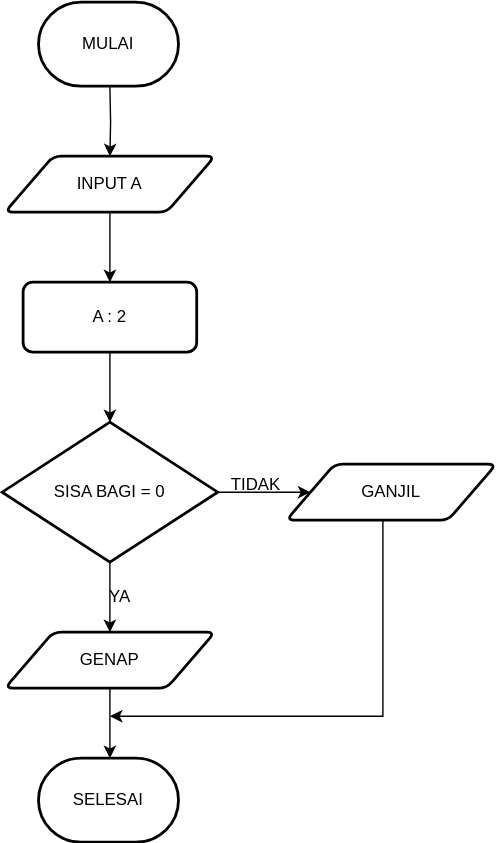
Above: Diagram Bilangan Ganjil dan Genap.drawio.svg in AzhariZulfi/Algo-C-23241098 (draw.io), before the change. Source tidied: cells renumbered, new cells last; positions are measured from the earlier drawing's top-left corner, leaving out a move shared by most shapes.
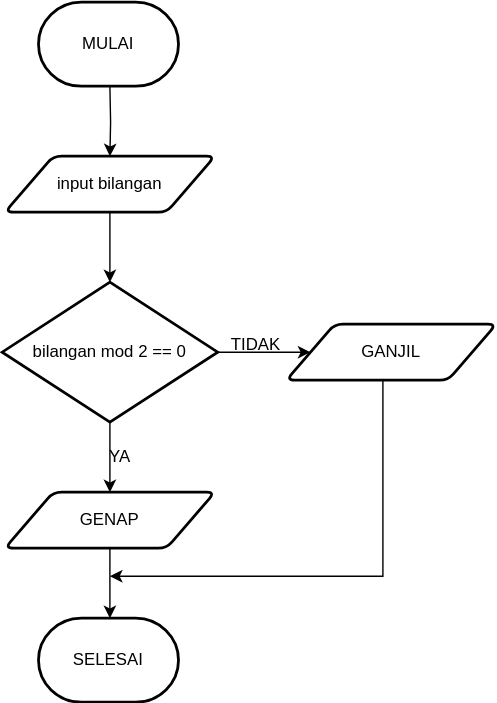
After the change.

The edit, as a diff of the source:
```diff
@@ -4,28 +4,24 @@
     <mxCell id="1" parent="0" />
     <mxCell id="2" style="edgeStyle=orthogonalEdgeStyle;rounded=0;jettySize=auto;html=1;" parent="1" edge="1" target="4">
       <mxGeometry relative="1" as="geometry">
-        <mxPoint x="77" y="60" as="sourcePoint" />
+        <mxPoint x="77" y="160" as="sourcePoint" />
       </mxGeometry>
     </mxCell>
-    <mxCell id="3" style="edgeStyle=orthogonalEdgeStyle;rounded=0;jettySize=auto;html=1;" parent="1" edge="1" source="4" target="6">
-      <mxGeometry relative="1" as="geometry" />
+    <mxCell id="3" style="edgeStyle=orthogonalEdgeStyle;rounded=0;jettySize=auto;html=1;" parent="1" edge="1" source="4">
+      <mxGeometry relative="1" as="geometry">
+        <mxPoint x="77" y="300" as="targetPoint" />
+      </mxGeometry>
     </mxCell>
-    <mxCell id="4" value="INPUT A" style="shape=parallelogram;html=1;strokeWidth=2;perimeter=parallelogramPerimeter;whiteSpace=wrap;rounded=1;arcSize=12;size=0.23;" parent="1" vertex="1">
-      <mxGeometry x="2" y="110" width="150" height="40" as="geometry" />
+    <mxCell id="4" value="input bilangan" style="shape=parallelogram;html=1;strokeWidth=2;perimeter=parallelogramPerimeter;whiteSpace=wrap;rounded=1;arcSize=12;size=0.23;" parent="1" vertex="1">
+      <mxGeometry x="2" y="210" width="150" height="40" as="geometry" />
     </mxCell>
-    <mxCell id="5" style="edgeStyle=orthogonalEdgeStyle;rounded=0;jettySize=auto;html=1;" parent="1" edge="1" source="6" target="9">
-      <mxGeometry relative="1" as="geometry" />
-    </mxCell>
-    <mxCell id="6" value="A : 2" style="rounded=1;whiteSpace=wrap;html=1;absoluteArcSize=1;arcSize=14;strokeWidth=2;" parent="1" vertex="1">
-      <mxGeometry x="15" y="200" width="124" height="50" as="geometry" />
-    </mxCell>
     <mxCell id="7" style="edgeStyle=orthogonalEdgeStyle;rounded=0;jettySize=auto;html=1;" parent="1" edge="1" source="9" target="13">
       <mxGeometry relative="1" as="geometry" />
     </mxCell>
     <mxCell id="8" style="edgeStyle=orthogonalEdgeStyle;rounded=0;jettySize=auto;html=1;" parent="1" edge="1" source="9" target="11">
       <mxGeometry relative="1" as="geometry" />
     </mxCell>
-    <mxCell id="9" value="SISA BAGI = 0" style="strokeWidth=2;html=1;shape=mxgraph.flowchart.decision;whiteSpace=wrap;" parent="1" vertex="1">
+    <mxCell id="9" value="bilangan mod 2 == 0" style="strokeWidth=2;html=1;shape=mxgraph.flowchart.decision;whiteSpace=wrap;" parent="1" vertex="1">
       <mxGeometry y="300" width="154" height="100" as="geometry" />
     </mxCell>
     <mxCell id="10" style="edgeStyle=orthogonalEdgeStyle;rounded=0;jettySize=auto;html=1;" parent="1" edge="1" source="11">
@@ -55,7 +51,7 @@
       <mxGeometry x="151" y="330" width="60" height="30" as="geometry" />
     </mxCell>
     <mxCell id="16" value="MULAI" style="strokeWidth=2;html=1;shape=mxgraph.flowchart.terminator;whiteSpace=wrap;" parent="1" vertex="1">
-      <mxGeometry x="26" width="100" height="60" as="geometry" />
+      <mxGeometry x="26" y="100" width="100" height="60" as="geometry" />
     </mxCell>
     <mxCell id="17" value="SELESAI" style="strokeWidth=2;html=1;shape=mxgraph.flowchart.terminator;whiteSpace=wrap;" parent="1" vertex="1">
       <mxGeometry x="26" y="540" width="100" height="60" as="geometry" />
```
